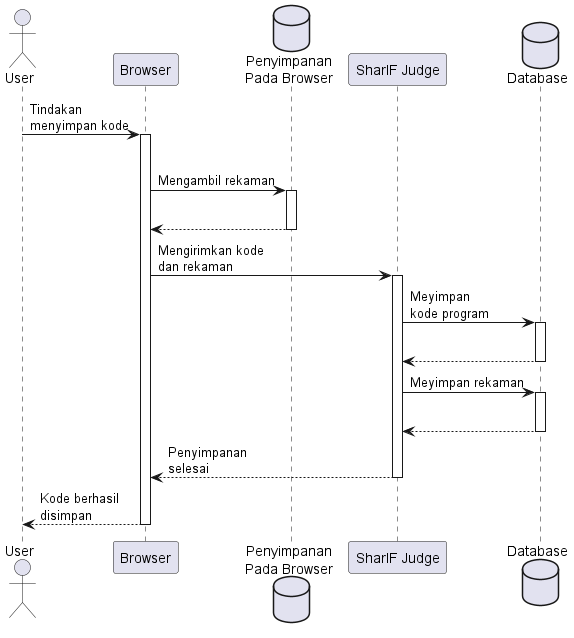
Earlier version of the PlantUML export doc/DokumenSkripsi/Gambar/analisis/seqdia_save.png (AndreasRonaldi/Skripsi). Source of this version:
```plantuml
@startuml seqdia_save
actor       User       as user
participant Browser as bw
database "Penyimpanan\nPada Browser" as pbw
participant "SharIF Judge" as shj
database Database as db

user -> bw : Tindakan \nmenyimpan kode
activate bw
|||
bw -> pbw : Mengambil rekaman
activate pbw
|||
return

bw -> shj : Mengirimkan kode \ndan rekaman
activate shj

shj -> db : Meyimpan\nkode program
activate db
|||
return

shj -> db : Meyimpan rekaman
activate db
|||
return

return Penyimpanan\nselesai

return Kode berhasil\ndisimpan








@enduml
```
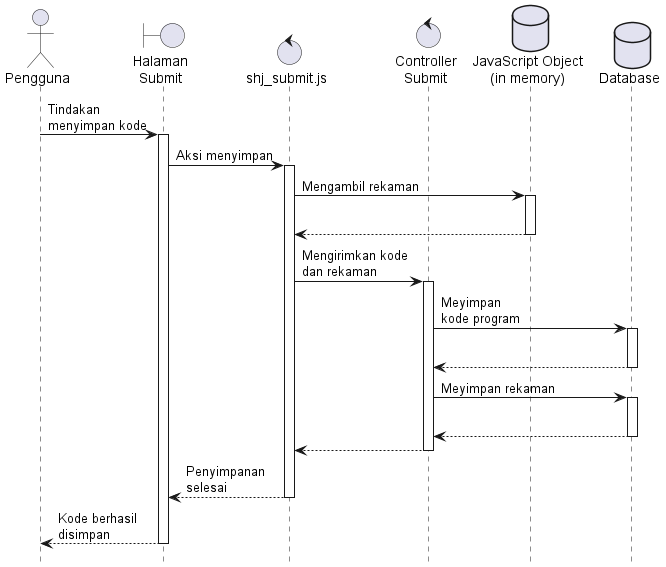
Later version of the same file.

Diff of the diagram source:
```diff
@@ -1,19 +1,26 @@
 @startuml seqdia_save
-actor       User       as user
-participant Browser as bw
-database "Penyimpanan\nPada Browser" as pbw
-participant "SharIF Judge" as shj
+
+hide footbox
+
+actor       Pengguna       as user
+boundary "Halaman\nSubmit" as bw
+control "shj_submit.js" as js
+control "Controller\nSubmit" as shj
+database "JavaScript Object\n(in memory)" as pbw
 database Database as db
 
 user -> bw : Tindakan \nmenyimpan kode
 activate bw
-|||
-bw -> pbw : Mengambil rekaman
+
+bw -> js : Aksi menyimpan
+activate js
+
+js -> pbw : Mengambil rekaman
 activate pbw
 |||
 return
 
-bw -> shj : Mengirimkan kode \ndan rekaman
+js -> shj : Mengirimkan kode \ndan rekaman
 activate shj
 
 shj -> db : Meyimpan\nkode program
@@ -24,6 +31,8 @@
 shj -> db : Meyimpan rekaman
 activate db
 |||
+return
+
 return
 
 return Penyimpanan\nselesai
```
